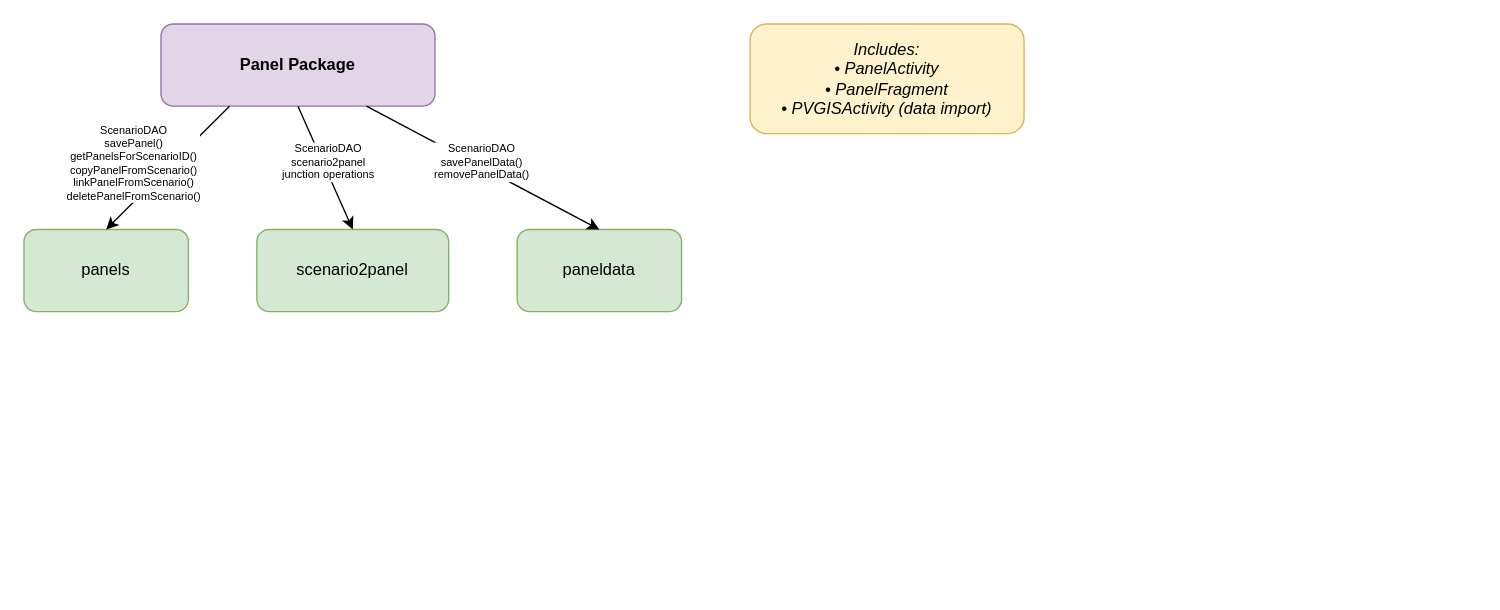
Tonyslogic/comparetout keeps this draw.io diagram as docs/model/panel-package.drawio. Above is the earlier version. Source tidied: cells renumbered, new cells numbered last; positions are measured from the earlier drawing's top-left corner, leaving out a move shared by most shapes. Both pictures are drawn from the tidied source at 137%, with x=0, y=0 at pixel (23, 23).
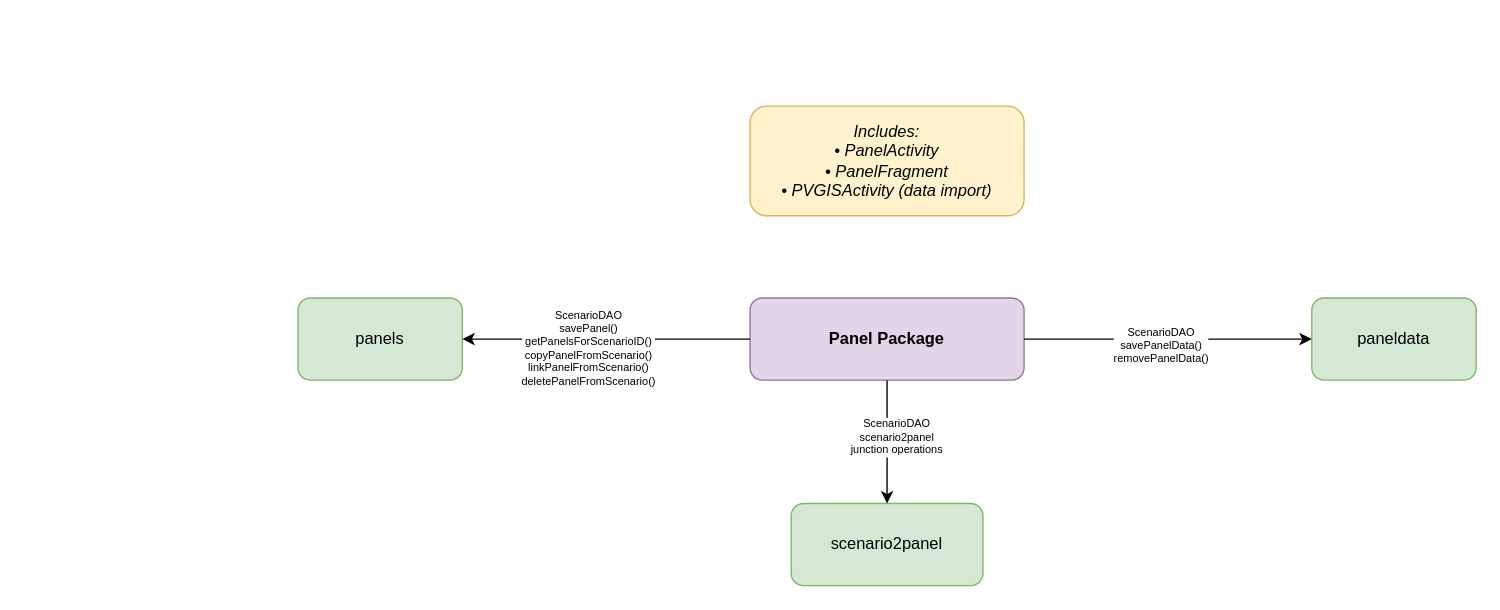
Above is the later version.

The edit, as a diff of the source:
```diff
@@
 <mxGraphModel>
   <root>
     <mxCell id="0" />
     <mxCell id="1" parent="0" />
     <mxCell id="2" value="Panel Package" style="rounded=1;whiteSpace=wrap;html=1;fillColor=#E1D5E7;strokeColor=#9673A6;fontColor=#000000;fontStyle=1;" parent="1" vertex="1">
-      <mxGeometry x="100" width="200" height="60" as="geometry" />
+      <mxGeometry x="530" y="200" width="200" height="60" as="geometry" />
     </mxCell>
     <mxCell id="3" value="panels" style="rounded=1;whiteSpace=wrap;html=1;fillColor=#D5E8D4;strokeColor=#82B366;fontColor=#000000;" parent="1" vertex="1">
-      <mxGeometry y="150" width="120" height="60" as="geometry" />
+      <mxGeometry x="200" y="200" width="120" height="60" as="geometry" />
     </mxCell>
     <mxCell id="4" value="scenario2panel" style="rounded=1;whiteSpace=wrap;html=1;fillColor=#D5E8D4;strokeColor=#82B366;fontColor=#000000;" parent="1" vertex="1">
-      <mxGeometry x="170" y="150" width="140" height="60" as="geometry" />
+      <mxGeometry x="560" y="350" width="140" height="60" as="geometry" />
     </mxCell>
     <mxCell id="5" value="paneldata" style="rounded=1;whiteSpace=wrap;html=1;fillColor=#D5E8D4;strokeColor=#82B366;fontColor=#000000;" parent="1" vertex="1">
-      <mxGeometry x="360" y="150" width="120" height="60" as="geometry" />
+      <mxGeometry x="940" y="200" width="120" height="60" as="geometry" />
     </mxCell>
-    <mxCell id="6" style="endArrow=classic;html=1;rounded=1;exitX=0.25;exitY=1;exitDx=0;exitDy=0;entryX=0.5;entryY=0;entryDx=0;entryDy=0;" parent="1" edge="1" source="2" target="3">
+    <mxCell id="6" style="endArrow=classic;html=1;rounded=1;exitX=0;exitY=0.5;exitDx=0;exitDy=0;entryX=1;entryY=0.5;entryDx=0;entryDy=0;" parent="1" edge="1" source="2" target="3">
       <mxGeometry relative="1" as="geometry" />
     </mxCell>
     <mxCell id="7" value="ScenarioDAO&#10;savePanel()&#10;getPanelsForScenarioID()&#10;copyPanelFromScenario()&#10;linkPanelFromScenario()&#10;deletePanelFromScenario()" style="edgeLabel;html=1;align=center;verticalAlign=middle;fontSize=8;fontColor=#000000;labelBackgroundColor=#FFFFFF;" parent="6" vertex="1">
       <mxGeometry x="-0.2" y="1" relative="1" as="geometry">
         <mxPoint x="-35" y="5" as="offset" />
       </mxGeometry>
     </mxCell>
     <mxCell id="8" style="endArrow=classic;html=1;rounded=1;exitX=0.5;exitY=1;exitDx=0;exitDy=0;entryX=0.5;entryY=0;entryDx=0;entryDy=0;" parent="1" edge="1" source="2" target="4">
       <mxGeometry relative="1" as="geometry" />
     </mxCell>
     <mxCell id="9" value="ScenarioDAO&#10;scenario2panel&#10;junction operations" style="edgeLabel;html=1;align=center;verticalAlign=middle;fontSize=8;fontColor=#000000;labelBackgroundColor=#FFFFFF;" parent="8" vertex="1">
       <mxGeometry x="-0.2" y="1" relative="1" as="geometry">
         <mxPoint x="5" y="5" as="offset" />
       </mxGeometry>
     </mxCell>
-    <mxCell id="10" style="endArrow=classic;html=1;rounded=1;exitX=0.75;exitY=1;exitDx=0;exitDy=0;entryX=0.5;entryY=0;entryDx=0;entryDy=0;" parent="1" edge="1" source="2" target="5">
+    <mxCell id="10" style="endArrow=classic;html=1;rounded=1;exitX=1;exitY=0.5;exitDx=0;exitDy=0;entryX=0;entryY=0.5;entryDx=0;entryDy=0;" parent="1" edge="1" source="2" target="5">
       <mxGeometry relative="1" as="geometry" />
     </mxCell>
     <mxCell id="11" value="ScenarioDAO&#10;savePanelData()&#10;removePanelData()" style="edgeLabel;html=1;align=center;verticalAlign=middle;fontSize=8;fontColor=#000000;labelBackgroundColor=#FFFFFF;" parent="10" vertex="1">
       <mxGeometry x="-0.2" y="1" relative="1" as="geometry">
         <mxPoint x="15" y="5" as="offset" />
       </mxGeometry>
     </mxCell>
     <mxCell id="12" value="Includes:&#10;• PanelActivity&#10;• PanelFragment&#10;• PVGISActivity (data import)" style="rounded=1;whiteSpace=wrap;html=1;fillColor=#FFF2CC;strokeColor=#D6B656;fontColor=#000000;fontStyle=2;" parent="1" vertex="1">
-      <mxGeometry x="530" width="200" height="80" as="geometry" />
+      <mxGeometry x="530" y="60" width="200" height="80" as="geometry" />
     </mxCell>
   </root>
 </mxGraphModel>
```
